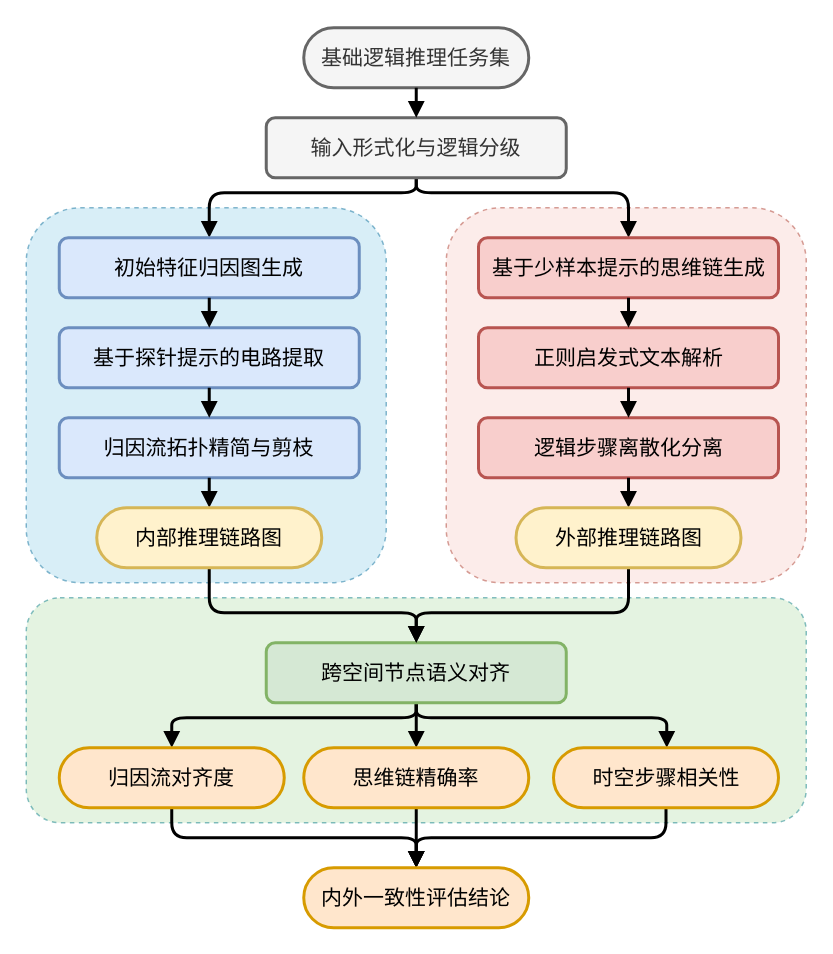
ShiningCrevice/drawio-hosting keeps this draw.io diagram as UndergradThesis-flow.drawio. Above is the earlier version. Source tidied: cells renumbered, new cells numbered last; positions are measured from the earlier drawing's top-left corner, leaving out a move shared by most shapes. Both pictures are drawn from the tidied source at 150%, with x=0, y=0 at pixel (26, 27).
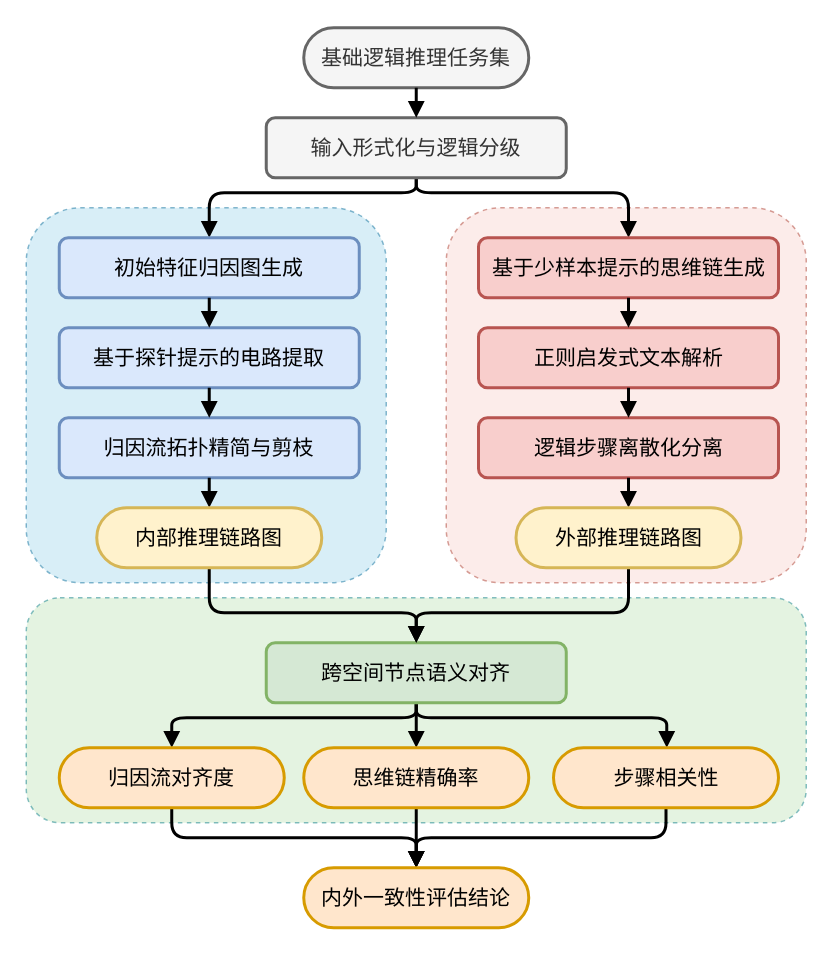
Above is the later version.

Change to the diagram source:
```diff
@@
-    <mxCell id="24" value="时空步骤相关性" style="whiteSpace=wrap;strokeWidth=2;rounded=1;strokeColor=#d79b00;align=center;verticalAlign=middle;fontFamily=Helvetica;fontSize=14;fillColor=#ffe6cc;arcSize=50;" parent="1" vertex="1">
+    <mxCell id="24" value="步骤相关性" style="whiteSpace=wrap;strokeWidth=2;rounded=1;strokeColor=#d79b00;align=center;verticalAlign=middle;fontFamily=Helvetica;fontSize=14;fillColor=#ffe6cc;arcSize=50;" parent="1" vertex="1">
       <mxGeometry x="351.5" y="480" width="150" height="40" as="geometry" />
     </mxCell>
```
